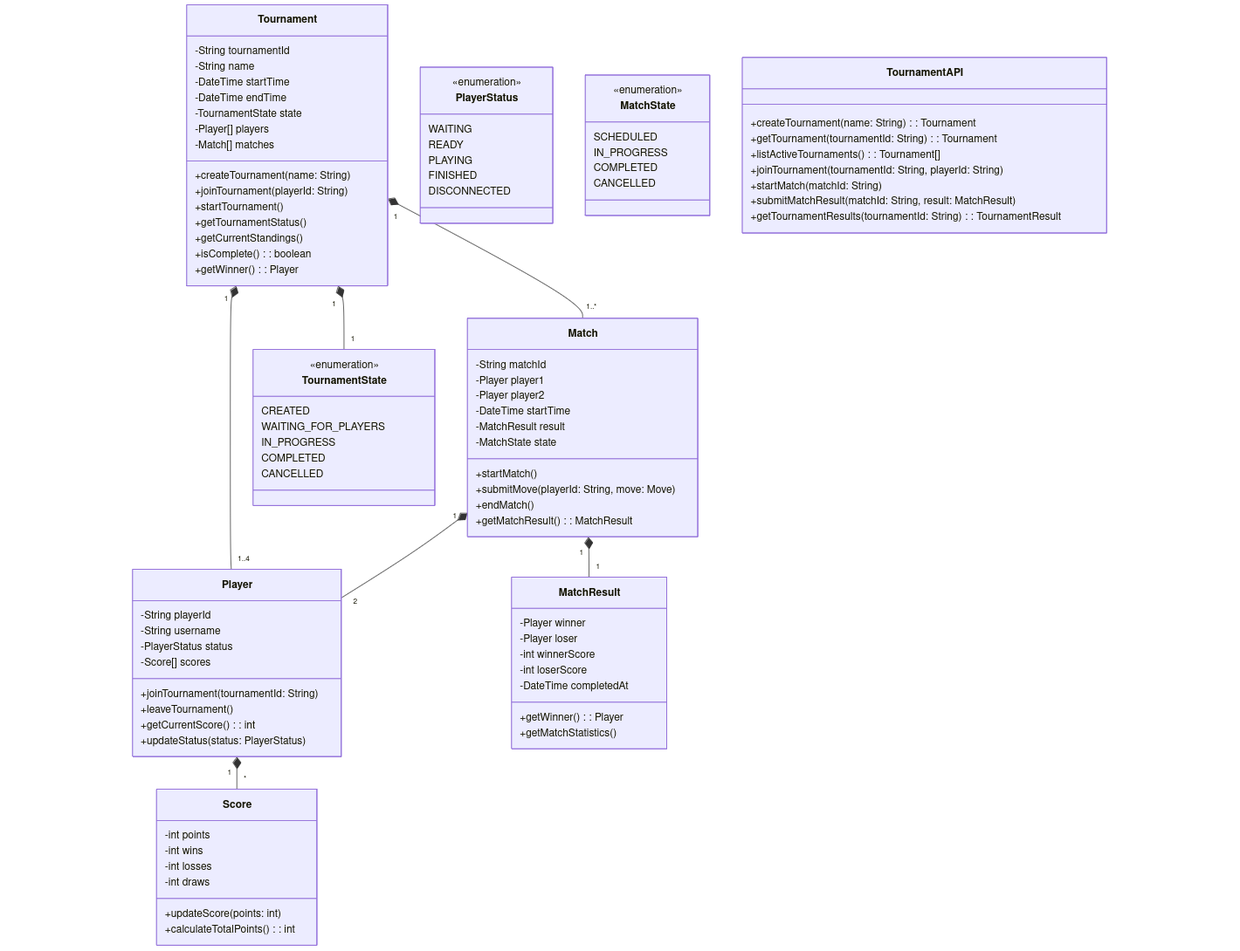
This is doc/uml/tournaments.png from samuelemusiani/vezgammon, a Mermaid export, as it was before one commit. Its source is kept beside it as doc/uml/tournaments.mermaid. The source it was exported from:
```mermaid
classDiagram
    Tournament "1" *-- "1..4" Player
    Tournament "1" *-- "1..*" Match
    Tournament "1" *-- "1" TournamentState
    Match "1" *-- "2" Player
    Match "1" *-- "1" MatchResult
    Player "1" *-- "*" Score

    class Tournament {
        -String tournamentId
        -String name
        -DateTime startTime
        -DateTime endTime
        -TournamentState state
        -Player[] players
        -Match[] matches
        +createTournament(name: String)
        +joinTournament(playerId: String)
        +startTournament()
        +getTournamentStatus()
        +getCurrentStandings()
        +isComplete(): boolean
        +getWinner(): Player
    }

    class TournamentState {
        <<enumeration>>
        CREATED
        WAITING_FOR_PLAYERS
        IN_PROGRESS
        COMPLETED
        CANCELLED
    }

    class Player {
        -String playerId
        -String username
        -PlayerStatus status
        -Score[] scores
        +joinTournament(tournamentId: String)
        +leaveTournament()
        +getCurrentScore(): int
        +updateStatus(status: PlayerStatus)
    }

    class PlayerStatus {
        <<enumeration>>
        WAITING
        READY
        PLAYING
        FINISHED
        DISCONNECTED
    }

    class Match {
        -String matchId
        -Player player1
        -Player player2
        -DateTime startTime
        -MatchResult result
        -MatchState state
        +startMatch()
        +submitMove(playerId: String, move: Move)
        +endMatch()
        +getMatchResult(): MatchResult
    }

    class MatchState {
        <<enumeration>>
        SCHEDULED
        IN_PROGRESS
        COMPLETED
        CANCELLED
    }

    class MatchResult {
        -Player winner
        -Player loser
        -int winnerScore
        -int loserScore
        -DateTime completedAt
        +getWinner(): Player
        +getMatchStatistics()
    }

    class Score {
        -int points
        -int wins
        -int losses
        -int draws
        +updateScore(points: int)
        +calculateTotalPoints(): int
    }

    class TournamentAPI {
        +createTournament(name: String): Tournament
        +getTournament(tournamentId: String): Tournament
        +listActiveTournaments(): Tournament[]
        +joinTournament(tournamentId: String, playerId: String)
        +startMatch(matchId: String)
        +submitMatchResult(matchId: String, result: MatchResult)
        +getTournamentResults(tournamentId: String): TournamentResult
    }
```
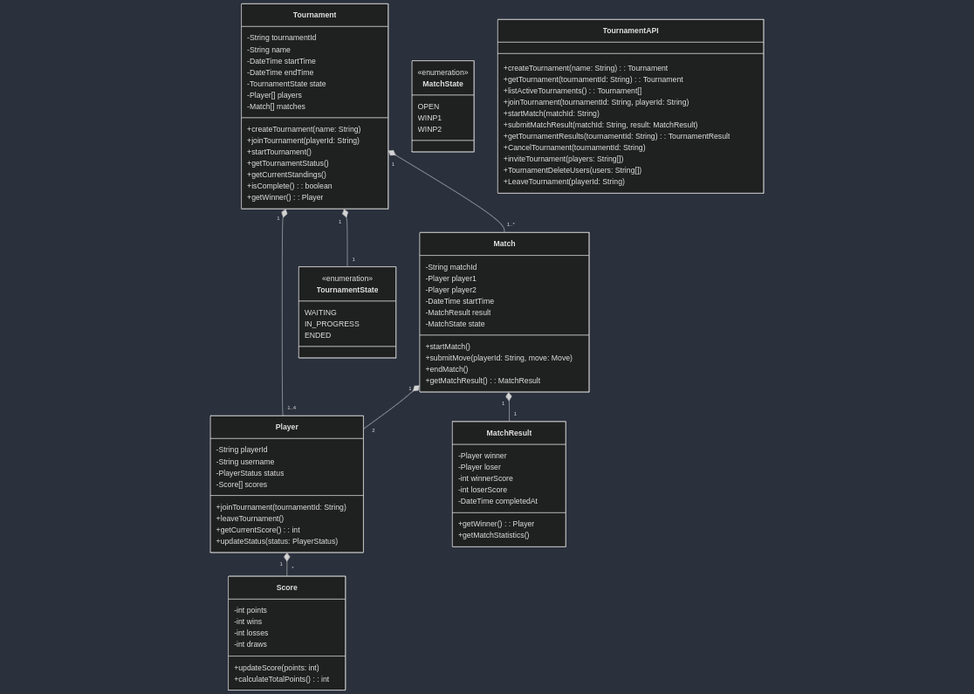
Above is the later version.

Commit message:
change tournaments chart

Diff of the diagram source:
```diff
@@ -25,11 +25,9 @@
 
     class TournamentState {
         <<enumeration>>
-        CREATED
-        WAITING_FOR_PLAYERS
+        WAITING
         IN_PROGRESS
-        COMPLETED
-        CANCELLED
+        ENDED
     }
 
     class Player {
@@ -41,15 +39,6 @@
         +leaveTournament()
         +getCurrentScore(): int
         +updateStatus(status: PlayerStatus)
-    }
-
-    class PlayerStatus {
-        <<enumeration>>
-        WAITING
-        READY
-        PLAYING
-        FINISHED
-        DISCONNECTED
     }
 
     class Match {
@@ -67,10 +56,9 @@
 
     class MatchState {
         <<enumeration>>
-        SCHEDULED
-        IN_PROGRESS
-        COMPLETED
-        CANCELLED
+        OPEN
+        WINP1
+        WINP2
     }
 
     class MatchResult {
@@ -100,4 +88,8 @@
         +startMatch(matchId: String)
         +submitMatchResult(matchId: String, result: MatchResult)
         +getTournamentResults(tournamentId: String): TournamentResult
+        +CancelTournament(tournamentId: String)
+        +inviteTournament(players: String[])
+        +TournamentDeleteUsers(users: String[])
+        +LeaveTournament(playerId: String)
     }
```
